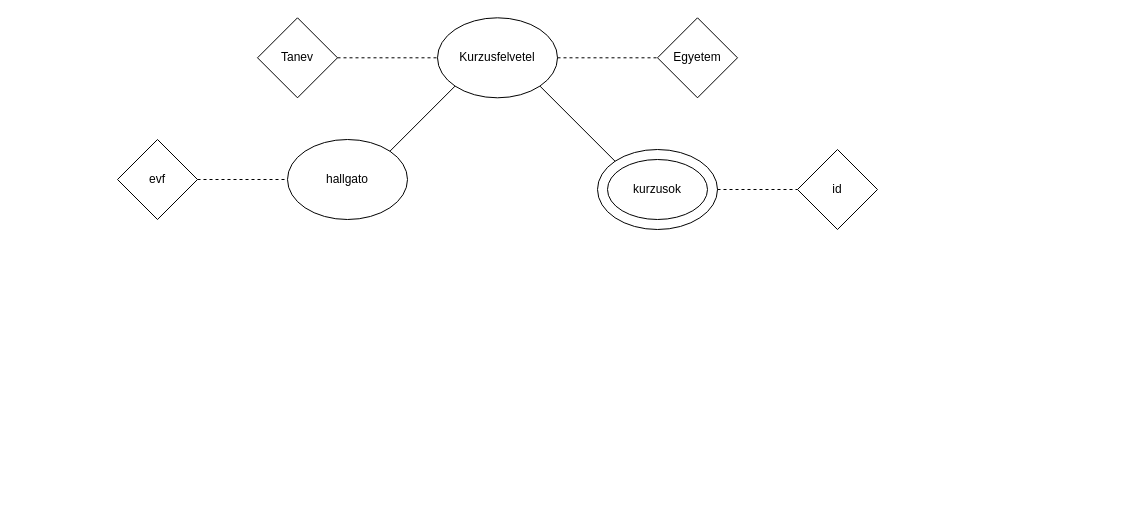
The draw.io diagram GEB15I_1008/GEB15I_kurzusfelvetel.drawio in kdavid16/GEB15IWebXML, before the edit. Source tidied: cells renumbered, new cells numbered last; positions are measured from the earlier drawing's top-left corner, leaving out a move shared by most shapes. Both pictures are drawn from the tidied source at 100%, with x=0, y=0 at pixel (117, 17).
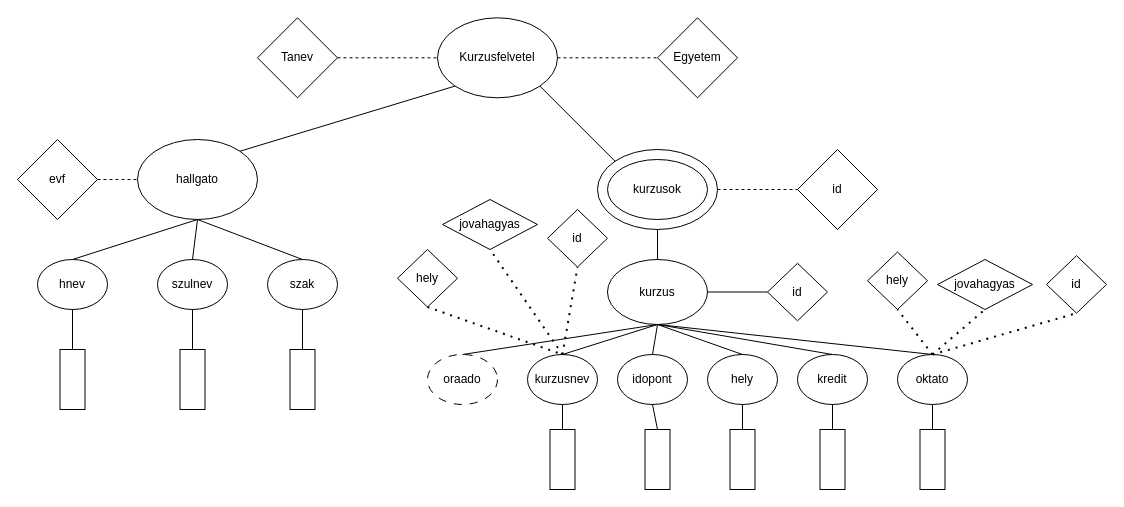
The same page after the edit.

Commit message (it also covers changes not shown here):
negyedik gyakorlat

Unchanged cells that the change refers to:
```xml
<mxCell id="8" style="ellipse;whiteSpace=wrap;html=1;" parent="1" vertex="1">
  <mxGeometry x="480" y="132" width="120" height="80" as="geometry" />
</mxCell>
```

Change to the diagram source:
```diff
@@
     <mxCell id="7" value="hallgato" style="ellipse;whiteSpace=wrap;html=1;" parent="1" vertex="1">
-      <mxGeometry x="170" y="122" width="120" height="80" as="geometry" />
+      <mxGeometry x="20" y="122" width="120" height="80" as="geometry" />
     </mxCell>
@@
     <mxCell id="14" value="evf" style="rhombus;whiteSpace=wrap;html=1;" parent="1" vertex="1">
-      <mxGeometry y="122" width="80" height="80" as="geometry" />
+      <mxGeometry x="-100" y="122" width="80" height="80" as="geometry" />
     </mxCell>
@@
+    <mxCell id="16" value="hnev" style="ellipse;whiteSpace=wrap;html=1;" parent="1" vertex="1">
+      <mxGeometry x="-80" y="242" width="70" height="50" as="geometry" />
+    </mxCell>
+    <mxCell id="17" value="szulnev" style="ellipse;whiteSpace=wrap;html=1;" parent="1" vertex="1">
+      <mxGeometry x="40" y="242" width="70" height="50" as="geometry" />
+    </mxCell>
+    <mxCell id="18" value="szak" style="ellipse;whiteSpace=wrap;html=1;" parent="1" vertex="1">
+      <mxGeometry x="150" y="242" width="70" height="50" as="geometry" />
+    </mxCell>
+    <mxCell id="19" style="endArrow=none;html=1;rounded=0;exitX=0.5;exitY=0;exitDx=0;exitDy=0;entryX=0.5;entryY=1;entryDx=0;entryDy=0;" parent="1" edge="1" source="16" target="7">
+      <mxGeometry relative="1" as="geometry" />
+    </mxCell>
+    <mxCell id="20" style="endArrow=none;html=1;rounded=0;exitX=0.5;exitY=0;exitDx=0;exitDy=0;" parent="1" edge="1" source="18">
+      <mxGeometry relative="1" as="geometry">
+        <mxPoint x="80" y="202" as="targetPoint" />
+      </mxGeometry>
+    </mxCell>
+    <mxCell id="21" style="endArrow=none;html=1;rounded=0;entryX=0.5;entryY=1;entryDx=0;entryDy=0;exitX=0.5;exitY=0;exitDx=0;exitDy=0;" parent="1" edge="1" source="17" target="7">
+      <mxGeometry relative="1" as="geometry" />
+    </mxCell>
+    <mxCell id="22" style="rounded=0;whiteSpace=wrap;html=1;direction=south;" parent="1" vertex="1">
+      <mxGeometry x="-57.5" y="332" width="25" height="60" as="geometry" />
+    </mxCell>
+    <mxCell id="23" style="rounded=0;whiteSpace=wrap;html=1;direction=south;" parent="1" vertex="1">
+      <mxGeometry x="62.5" y="332" width="25" height="60" as="geometry" />
+    </mxCell>
+    <mxCell id="24" style="rounded=0;whiteSpace=wrap;html=1;direction=south;" parent="1" vertex="1">
+      <mxGeometry x="172.5" y="332" width="25" height="60" as="geometry" />
+    </mxCell>
+    <mxCell id="25" style="endArrow=none;html=1;rounded=0;exitX=0;exitY=0.5;exitDx=0;exitDy=0;entryX=0.5;entryY=1;entryDx=0;entryDy=0;" parent="1" edge="1" source="24" target="18">
+      <mxGeometry relative="1" as="geometry" />
+    </mxCell>
+    <mxCell id="26" style="endArrow=none;html=1;rounded=0;exitX=0;exitY=0.5;exitDx=0;exitDy=0;entryX=0.5;entryY=1;entryDx=0;entryDy=0;" parent="1" edge="1" source="23" target="17">
+      <mxGeometry relative="1" as="geometry" />
+    </mxCell>
+    <mxCell id="27" style="endArrow=none;html=1;rounded=0;exitX=0;exitY=0.5;exitDx=0;exitDy=0;entryX=0.5;entryY=1;entryDx=0;entryDy=0;" parent="1" edge="1" source="22" target="16">
+      <mxGeometry relative="1" as="geometry" />
+    </mxCell>
+    <mxCell id="28" value="kurzus" style="ellipse;whiteSpace=wrap;html=1;" parent="1" vertex="1">
+      <mxGeometry x="490" y="242" width="100" height="65" as="geometry" />
+    </mxCell>
+    <mxCell id="29" value="id" style="rhombus;whiteSpace=wrap;html=1;" parent="1" vertex="1">
+      <mxGeometry x="650" y="245.8" width="60" height="57.5" as="geometry" />
+    </mxCell>
+    <mxCell id="30" style="endArrow=none;html=1;rounded=0;exitX=1;exitY=0.5;exitDx=0;exitDy=0;" parent="1" edge="1" source="28" target="29">
+      <mxGeometry relative="1" as="geometry" />
+    </mxCell>
+    <mxCell id="31" style="endArrow=none;html=1;rounded=0;exitX=0.5;exitY=0;exitDx=0;exitDy=0;entryX=0.5;entryY=1;entryDx=0;entryDy=0;" parent="1" edge="1" source="28" target="8">
+      <mxGeometry relative="1" as="geometry" />
+    </mxCell>
+    <mxCell id="32" value="oraado" style="ellipse;whiteSpace=wrap;html=1;gradientColor=none;strokeColor=default;dashed=1;dashPattern=8 8;" parent="1" vertex="1">
+      <mxGeometry x="310" y="337" width="70" height="50" as="geometry" />
+    </mxCell>
+    <mxCell id="33" value="oktato" style="ellipse;whiteSpace=wrap;html=1;" parent="1" vertex="1">
+      <mxGeometry x="780" y="337" width="70" height="50" as="geometry" />
+    </mxCell>
+    <mxCell id="34" value="kredit" style="ellipse;whiteSpace=wrap;html=1;" parent="1" vertex="1">
+      <mxGeometry x="680" y="337" width="70" height="50" as="geometry" />
+    </mxCell>
+    <mxCell id="35" value="hely" style="ellipse;whiteSpace=wrap;html=1;" parent="1" vertex="1">
+      <mxGeometry x="590" y="337" width="70" height="50" as="geometry" />
+    </mxCell>
+    <mxCell id="36" value="idopont" style="ellipse;whiteSpace=wrap;html=1;" parent="1" vertex="1">
+      <mxGeometry x="500" y="337" width="70" height="50" as="geometry" />
+    </mxCell>
+    <mxCell id="37" value="kurzusnev" style="ellipse;whiteSpace=wrap;html=1;" parent="1" vertex="1">
+      <mxGeometry x="410" y="337" width="70" height="50" as="geometry" />
+    </mxCell>
+    <mxCell id="38" style="endArrow=none;html=1;rounded=0;exitX=0.5;exitY=0;exitDx=0;exitDy=0;entryX=0.5;entryY=1;entryDx=0;entryDy=0;" parent="1" edge="1" source="33" target="28">
+      <mxGeometry relative="1" as="geometry" />
+    </mxCell>
+    <mxCell id="39" style="endArrow=none;html=1;rounded=0;exitX=0.5;exitY=0;exitDx=0;exitDy=0;entryX=0.5;entryY=1;entryDx=0;entryDy=0;" parent="1" edge="1" source="34" target="28">
+      <mxGeometry relative="1" as="geometry" />
+    </mxCell>
+    <mxCell id="40" style="endArrow=none;html=1;rounded=0;exitX=0.5;exitY=0;exitDx=0;exitDy=0;entryX=0.5;entryY=1;entryDx=0;entryDy=0;" parent="1" edge="1" source="35" target="28">
+      <mxGeometry relative="1" as="geometry" />
+    </mxCell>
+    <mxCell id="41" style="endArrow=none;html=1;rounded=0;exitX=0.5;exitY=0;exitDx=0;exitDy=0;entryX=0.5;entryY=1;entryDx=0;entryDy=0;" parent="1" edge="1" source="36" target="28">
+      <mxGeometry relative="1" as="geometry" />
+    </mxCell>
+    <mxCell id="42" style="endArrow=none;html=1;rounded=0;exitX=0.5;exitY=0;exitDx=0;exitDy=0;entryX=0.5;entryY=1;entryDx=0;entryDy=0;" parent="1" edge="1" source="37" target="28">
+      <mxGeometry relative="1" as="geometry" />
+    </mxCell>
+    <mxCell id="43" style="endArrow=none;html=1;rounded=0;exitX=0.5;exitY=0;exitDx=0;exitDy=0;entryX=0.5;entryY=1;entryDx=0;entryDy=0;" parent="1" edge="1" source="32" target="28">
+      <mxGeometry relative="1" as="geometry" />
+    </mxCell>
+    <mxCell id="44" value="jovahagyas" style="rhombus;whiteSpace=wrap;html=1;" parent="1" vertex="1">
+      <mxGeometry x="325" y="182" width="95" height="50" as="geometry" />
+    </mxCell>
+    <mxCell id="45" value="hely" style="rhombus;whiteSpace=wrap;html=1;" parent="1" vertex="1">
+      <mxGeometry x="280" y="232" width="60" height="57.5" as="geometry" />
+    </mxCell>
+    <mxCell id="46" value="id" style="rhombus;whiteSpace=wrap;html=1;" parent="1" vertex="1">
+      <mxGeometry x="430" y="192" width="60" height="57.5" as="geometry" />
+    </mxCell>
+    <mxCell id="47" style="endArrow=none;dashed=1;html=1;dashPattern=1 3;strokeWidth=2;rounded=0;entryX=0.5;entryY=1;entryDx=0;entryDy=0;exitX=0.5;exitY=0;exitDx=0;exitDy=0;" parent="1" edge="1" source="37" target="46">
+      <mxGeometry relative="1" as="geometry" />
+    </mxCell>
+    <mxCell id="48" style="endArrow=none;dashed=1;html=1;dashPattern=1 3;strokeWidth=2;rounded=0;entryX=0.5;entryY=1;entryDx=0;entryDy=0;exitX=0.5;exitY=0;exitDx=0;exitDy=0;" parent="1" edge="1" source="37" target="44">
+      <mxGeometry relative="1" as="geometry" />
+    </mxCell>
+    <mxCell id="49" style="endArrow=none;dashed=1;html=1;dashPattern=1 3;strokeWidth=2;rounded=0;exitX=0.5;exitY=1;exitDx=0;exitDy=0;entryX=0.5;entryY=0;entryDx=0;entryDy=0;" parent="1" edge="1" source="45" target="37">
+      <mxGeometry relative="1" as="geometry" />
+    </mxCell>
+    <mxCell id="50" style="rounded=0;whiteSpace=wrap;html=1;direction=south;" parent="1" vertex="1">
+      <mxGeometry x="432.5" y="412" width="25" height="60" as="geometry" />
+    </mxCell>
+    <mxCell id="51" style="rounded=0;whiteSpace=wrap;html=1;direction=south;" parent="1" vertex="1">
+      <mxGeometry x="527.5" y="412" width="25" height="60" as="geometry" />
+    </mxCell>
+    <mxCell id="52" style="rounded=0;whiteSpace=wrap;html=1;direction=south;" parent="1" vertex="1">
+      <mxGeometry x="612.5" y="412" width="25" height="60" as="geometry" />
+    </mxCell>
+    <mxCell id="53" style="rounded=0;whiteSpace=wrap;html=1;direction=south;" parent="1" vertex="1">
+      <mxGeometry x="702.5" y="412" width="25" height="60" as="geometry" />
+    </mxCell>
+    <mxCell id="54" style="rounded=0;whiteSpace=wrap;html=1;direction=south;" parent="1" vertex="1">
+      <mxGeometry x="802.5" y="412" width="25" height="60" as="geometry" />
+    </mxCell>
+    <mxCell id="55" style="endArrow=none;html=1;rounded=0;exitX=0;exitY=0.5;exitDx=0;exitDy=0;entryX=0.5;entryY=1;entryDx=0;entryDy=0;" parent="1" edge="1" source="50" target="37">
+      <mxGeometry relative="1" as="geometry" />
+    </mxCell>
+    <mxCell id="56" style="endArrow=none;html=1;rounded=0;exitX=0;exitY=0.5;exitDx=0;exitDy=0;entryX=0.5;entryY=1;entryDx=0;entryDy=0;" parent="1" edge="1" source="54" target="33">
+      <mxGeometry relative="1" as="geometry" />
+    </mxCell>
+    <mxCell id="57" style="endArrow=none;html=1;rounded=0;exitX=0;exitY=0.5;exitDx=0;exitDy=0;entryX=0.5;entryY=1;entryDx=0;entryDy=0;" parent="1" edge="1" source="53" target="34">
+      <mxGeometry relative="1" as="geometry" />
+    </mxCell>
+    <mxCell id="58" style="endArrow=none;html=1;rounded=0;exitX=0;exitY=0.5;exitDx=0;exitDy=0;entryX=0.5;entryY=1;entryDx=0;entryDy=0;" parent="1" edge="1" source="52" target="35">
+      <mxGeometry relative="1" as="geometry" />
+    </mxCell>
+    <mxCell id="59" style="endArrow=none;html=1;rounded=0;exitX=0;exitY=0.5;exitDx=0;exitDy=0;entryX=0.5;entryY=1;entryDx=0;entryDy=0;" parent="1" edge="1" source="51" target="36">
+      <mxGeometry relative="1" as="geometry" />
+    </mxCell>
+    <mxCell id="60" value="hely" style="rhombus;whiteSpace=wrap;html=1;" parent="1" vertex="1">
+      <mxGeometry x="750" y="234.5" width="60" height="57.5" as="geometry" />
+    </mxCell>
+    <mxCell id="61" value="jovahagyas" style="rhombus;whiteSpace=wrap;html=1;" parent="1" vertex="1">
+      <mxGeometry x="820" y="242" width="95" height="50" as="geometry" />
+    </mxCell>
+    <mxCell id="62" value="id" style="rhombus;whiteSpace=wrap;html=1;" parent="1" vertex="1">
+      <mxGeometry x="929" y="238.2" width="60" height="57.5" as="geometry" />
+    </mxCell>
+    <mxCell id="63" style="endArrow=none;dashed=1;html=1;dashPattern=1 3;strokeWidth=2;rounded=0;exitX=0.5;exitY=0;exitDx=0;exitDy=0;entryX=0.5;entryY=1;entryDx=0;entryDy=0;" parent="1" edge="1" source="33" target="62">
+      <mxGeometry relative="1" as="geometry" />
+    </mxCell>
+    <mxCell id="64" style="endArrow=none;dashed=1;html=1;dashPattern=1 3;strokeWidth=2;rounded=0;exitX=0.5;exitY=0;exitDx=0;exitDy=0;entryX=0.5;entryY=1;entryDx=0;entryDy=0;" parent="1" edge="1" source="33" target="61">
+      <mxGeometry relative="1" as="geometry" />
+    </mxCell>
+    <mxCell id="65" style="endArrow=none;dashed=1;html=1;dashPattern=1 3;strokeWidth=2;rounded=0;exitX=0.5;exitY=0;exitDx=0;exitDy=0;entryX=0.5;entryY=1;entryDx=0;entryDy=0;" parent="1" edge="1" source="33" target="60">
+      <mxGeometry relative="1" as="geometry" />
+    </mxCell>
```
